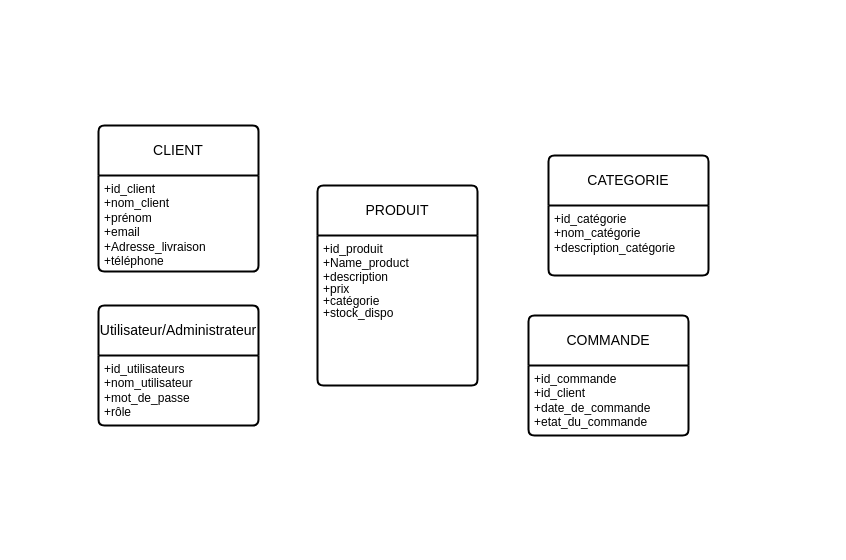
The draw.io diagram page "Page-1" (1 of 3) of MCD1 COMMANDE CLIENT.drawio in Nomena12/test-baseD, before the edit. Source tidied: cells renumbered, new cells numbered last; positions are measured from the earlier drawing's top-left corner, leaving out a move shared by most shapes. Both pictures are drawn from the tidied source at 100%, with x=0, y=0 at pixel (98, 125).
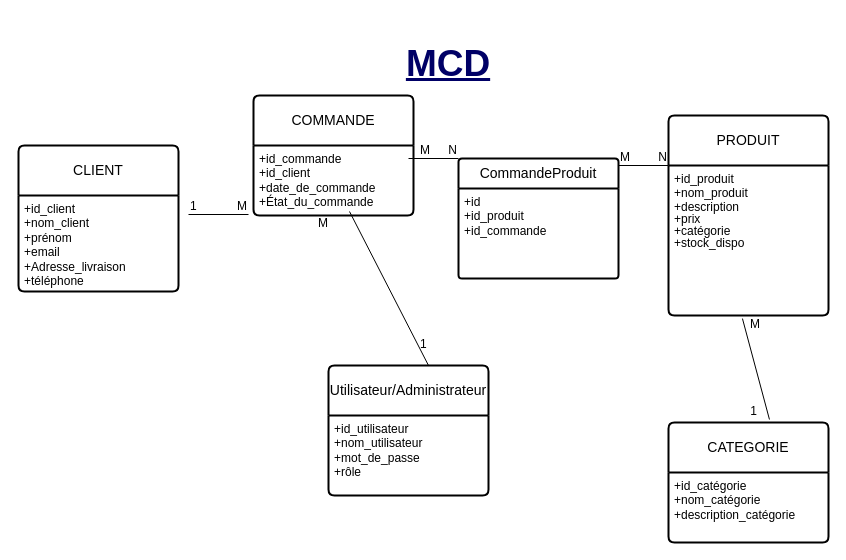
Above is the later version.

Commit message:
ajout du MLD et MPD

The edit, as a diff of the source:
```diff
@@
     <mxCell id="2" value="PRODUIT" style="swimlane;horizontal=1;startSize=50;rounded=1;fontSize=14;fontStyle=0;strokeWidth=2;shadow=0;dashed=0;align=center;arcSize=4;whiteSpace=wrap;html=1;" parent="1" vertex="1">
-      <mxGeometry x="219" y="60" width="160" height="200" as="geometry" />
+      <mxGeometry x="570" y="-10" width="160" height="200" as="geometry" />
     </mxCell>
-    <mxCell id="3" value="&lt;font&gt;+id_produit&lt;/font&gt;&lt;div&gt;&lt;span style=&quot;background-color: initial;&quot;&gt;+Name_product&lt;/span&gt;&lt;/div&gt;&lt;div style=&quot;line-height: 100%;&quot;&gt;&lt;span style=&quot;background-color: initial;&quot;&gt;+description&lt;/span&gt;&lt;/div&gt;&lt;div style=&quot;line-height: 100%;&quot;&gt;&lt;span style=&quot;background-color: initial;&quot;&gt;+prix&lt;/span&gt;&lt;/div&gt;&lt;div style=&quot;line-height: 100%;&quot;&gt;&lt;span style=&quot;background-color: initial;&quot;&gt;+catégorie&lt;/span&gt;&lt;/div&gt;&lt;div style=&quot;line-height: 100%;&quot;&gt;&lt;span style=&quot;background-color: initial;&quot;&gt;+stock_dispo&lt;/span&gt;&lt;/div&gt;" style="align=left;strokeColor=none;fillColor=none;spacingLeft=4;fontSize=12;verticalAlign=top;html=1;perimeterSpacing=4;" parent="2" vertex="1">
+    <mxCell id="3" value="&lt;font&gt;+id_produit&lt;/font&gt;&lt;div&gt;&lt;span style=&quot;background-color: initial;&quot;&gt;+nom_produit&lt;/span&gt;&lt;/div&gt;&lt;div style=&quot;line-height: 100%;&quot;&gt;&lt;span style=&quot;background-color: initial;&quot;&gt;+description&lt;/span&gt;&lt;/div&gt;&lt;div style=&quot;line-height: 100%;&quot;&gt;&lt;span style=&quot;background-color: initial;&quot;&gt;+prix&lt;/span&gt;&lt;/div&gt;&lt;div style=&quot;line-height: 100%;&quot;&gt;&lt;span style=&quot;background-color: initial;&quot;&gt;+catégorie&lt;/span&gt;&lt;/div&gt;&lt;div style=&quot;line-height: 100%;&quot;&gt;&lt;span style=&quot;background-color: initial;&quot;&gt;+stock_dispo&lt;/span&gt;&lt;/div&gt;" style="align=left;strokeColor=none;fillColor=none;spacingLeft=4;fontSize=12;verticalAlign=top;html=1;perimeterSpacing=4;" parent="2" vertex="1">
       <mxGeometry y="50" width="160" height="150" as="geometry" />
     </mxCell>
     <mxCell id="4" value="CATEGORIE" style="swimlane;horizontal=1;startSize=50;rounded=1;fontSize=14;fontStyle=0;strokeWidth=2;shadow=0;dashed=0;align=center;arcSize=4;whiteSpace=wrap;html=1;" parent="1" vertex="1">
-      <mxGeometry x="450" y="30" width="160" height="120" as="geometry" />
+      <mxGeometry x="570" y="297" width="160" height="120" as="geometry" />
     </mxCell>
@@
     <mxCell id="6" value="CLIENT" style="swimlane;horizontal=1;startSize=50;rounded=1;fontSize=14;fontStyle=0;strokeWidth=2;shadow=0;dashed=0;align=center;arcSize=4;whiteSpace=wrap;html=1;" parent="1" vertex="1">
-      <mxGeometry width="160" height="146" as="geometry" />
+      <mxGeometry x="-80" y="20" width="160" height="146" as="geometry" />
     </mxCell>
@@
     <mxCell id="8" value="COMMANDE" style="swimlane;horizontal=1;startSize=50;rounded=1;fontSize=14;fontStyle=0;strokeWidth=2;shadow=0;dashed=0;align=center;arcSize=4;whiteSpace=wrap;html=1;" parent="1" vertex="1">
-      <mxGeometry x="430" y="190" width="160" height="120" as="geometry" />
+      <mxGeometry x="155" y="-30" width="160" height="120" as="geometry" />
     </mxCell>
-    <mxCell id="9" value="+id_commande&lt;div&gt;+id_client&lt;/div&gt;&lt;div&gt;+date_de_commande&lt;/div&gt;&lt;div&gt;+etat_du_commande&lt;/div&gt;" style="align=left;strokeColor=none;fillColor=none;spacingLeft=4;fontSize=12;verticalAlign=top;html=1;" parent="8" vertex="1">
+    <mxCell id="9" value="&lt;font&gt;+id_commande&lt;/font&gt;&lt;div&gt;+id_client&lt;/div&gt;&lt;div&gt;+date_de_commande&lt;/div&gt;&lt;div&gt;+&lt;span style=&quot;text-wrap: wrap;&quot;&gt;État&lt;/span&gt;&lt;font&gt;_du_commande&lt;/font&gt;&lt;/div&gt;" style="align=left;strokeColor=none;fillColor=none;spacingLeft=4;fontSize=12;verticalAlign=top;html=1;" parent="8" vertex="1">
       <mxGeometry y="50" width="160" height="70" as="geometry" />
     </mxCell>
     <mxCell id="10" value="Utilisateur/Administrateur" style="swimlane;horizontal=1;startSize=50;rounded=1;fontSize=14;fontStyle=0;strokeWidth=2;shadow=0;dashed=0;align=center;arcSize=4;whiteSpace=wrap;html=1;" parent="1" vertex="1">
-      <mxGeometry y="180" width="160" height="120" as="geometry" />
+      <mxGeometry x="230" y="240" width="160" height="130" as="geometry" />
     </mxCell>
-    <mxCell id="11" value="&lt;font&gt;+id_utilisateurs&lt;/font&gt;&lt;div&gt;+nom_utilisateur&lt;/div&gt;&lt;div&gt;+mot_de_passe&lt;/div&gt;&lt;div&gt;+rôle&lt;/div&gt;" style="align=left;strokeColor=none;fillColor=none;spacingLeft=4;fontSize=12;verticalAlign=top;html=1;" parent="10" vertex="1">
-      <mxGeometry y="50" width="160" height="70" as="geometry" />
+    <mxCell id="11" value="&lt;font&gt;+id_utilisateur&lt;/font&gt;&lt;div&gt;+nom_utilisateur&lt;/div&gt;&lt;div&gt;+mot_de_passe&lt;/div&gt;&lt;div&gt;+rôle&lt;/div&gt;" style="align=left;strokeColor=none;fillColor=none;spacingLeft=4;fontSize=12;verticalAlign=top;html=1;" parent="10" vertex="1">
+      <mxGeometry y="50" width="160" height="80" as="geometry" />
     </mxCell>
+    <mxCell id="12" style="endArrow=none;html=1;rounded=0;entryX=0.631;entryY=-0.025;entryDx=0;entryDy=0;entryPerimeter=0;exitX=0.464;exitY=0.994;exitDx=0;exitDy=0;exitPerimeter=0;" parent="1" edge="1" source="3" target="4">
+      <mxGeometry relative="1" as="geometry" />
+    </mxCell>
+    <mxCell id="13" value="M" style="html=1;whiteSpace=wrap;align=left;verticalAlign=bottom;" parent="12" vertex="1">
+      <mxGeometry x="-1" relative="1" as="geometry">
+        <mxPoint x="6" y="14" as="offset" />
+      </mxGeometry>
+    </mxCell>
+    <mxCell id="14" value="1" style="html=1;whiteSpace=wrap;align=right;verticalAlign=bottom;" parent="12" vertex="1">
+      <mxGeometry x="1" relative="1" as="geometry">
+        <mxPoint x="-11" as="offset" />
+      </mxGeometry>
+    </mxCell>
+    <mxCell id="15" style="endArrow=none;html=1;rounded=0;entryX=0.6;entryY=0.943;entryDx=0;entryDy=0;exitX=0.5;exitY=0;exitDx=0;exitDy=0;entryPerimeter=0;" parent="1" edge="1" target="9">
+      <mxGeometry relative="1" as="geometry">
+        <mxPoint x="330" y="240" as="sourcePoint" />
+      </mxGeometry>
+    </mxCell>
+    <mxCell id="16" value="1" style="html=1;whiteSpace=wrap;align=left;verticalAlign=bottom;" parent="15" vertex="1">
+      <mxGeometry x="-1" relative="1" as="geometry">
+        <mxPoint x="-10" y="-13" as="offset" />
+      </mxGeometry>
+    </mxCell>
+    <mxCell id="17" value="M" style="html=1;whiteSpace=wrap;align=right;verticalAlign=bottom;" parent="15" vertex="1">
+      <mxGeometry x="1" relative="1" as="geometry">
+        <mxPoint x="-20" y="20" as="offset" />
+      </mxGeometry>
+    </mxCell>
+    <mxCell id="18" value="&lt;h1 style=&quot;font-size: 37px;&quot;&gt;MCD&lt;/h1&gt;" style="text;html=1;align=center;verticalAlign=middle;whiteSpace=wrap;rounded=0;fontColor=#000066;fontStyle=4;" parent="1" vertex="1">
+      <mxGeometry x="320" y="-76" width="60" height="30" as="geometry" />
+    </mxCell>
+    <mxCell id="19" value="CommandeProduit" style="swimlane;horizontal=1;startSize=30;rounded=1;fontSize=14;fontStyle=0;strokeWidth=2;shadow=0;dashed=0;align=center;arcSize=4;whiteSpace=wrap;html=1;" parent="1" vertex="1">
+      <mxGeometry x="360" y="33" width="160" height="120" as="geometry" />
+    </mxCell>
+    <mxCell id="20" value="+id&lt;div&gt;+id_produit&lt;/div&gt;&lt;div&gt;+id_commande&lt;/div&gt;" style="align=left;strokeColor=none;fillColor=none;spacingLeft=4;fontSize=12;verticalAlign=top;html=1;" parent="19" vertex="1">
+      <mxGeometry y="30" width="160" height="90" as="geometry" />
+    </mxCell>
+    <mxCell id="21" style="endArrow=none;html=1;rounded=0;" parent="1" edge="1">
+      <mxGeometry relative="1" as="geometry">
+        <mxPoint x="90" y="89" as="sourcePoint" />
+        <mxPoint x="150" y="89" as="targetPoint" />
+      </mxGeometry>
+    </mxCell>
+    <mxCell id="22" value="1" style="html=1;whiteSpace=wrap;align=left;verticalAlign=bottom;" parent="21" vertex="1">
+      <mxGeometry x="-1" relative="1" as="geometry" />
+    </mxCell>
+    <mxCell id="23" value="M" style="html=1;whiteSpace=wrap;align=right;verticalAlign=bottom;" parent="21" vertex="1">
+      <mxGeometry x="1" relative="1" as="geometry" />
+    </mxCell>
+    <mxCell id="24" style="endArrow=none;html=1;rounded=0;" parent="1" edge="1">
+      <mxGeometry relative="1" as="geometry">
+        <mxPoint x="310" y="33" as="sourcePoint" />
+        <mxPoint x="360" y="33" as="targetPoint" />
+      </mxGeometry>
+    </mxCell>
+    <mxCell id="25" value="M" style="html=1;whiteSpace=wrap;align=left;verticalAlign=bottom;" parent="24" vertex="1">
+      <mxGeometry x="-1" relative="1" as="geometry">
+        <mxPoint x="10" as="offset" />
+      </mxGeometry>
+    </mxCell>
+    <mxCell id="26" value="N" style="html=1;whiteSpace=wrap;align=right;verticalAlign=bottom;" parent="24" vertex="1">
+      <mxGeometry x="1" relative="1" as="geometry" />
+    </mxCell>
+    <mxCell id="27" style="endArrow=none;html=1;rounded=0;" parent="1" edge="1">
+      <mxGeometry relative="1" as="geometry">
+        <mxPoint x="520" y="40" as="sourcePoint" />
+        <mxPoint x="570" y="40" as="targetPoint" />
+      </mxGeometry>
+    </mxCell>
+    <mxCell id="28" value="M" style="html=1;whiteSpace=wrap;align=left;verticalAlign=bottom;" parent="27" vertex="1">
+      <mxGeometry x="-1" relative="1" as="geometry" />
+    </mxCell>
+    <mxCell id="29" value="N" style="html=1;whiteSpace=wrap;align=right;verticalAlign=bottom;" parent="27" vertex="1">
+      <mxGeometry x="1" relative="1" as="geometry" />
+    </mxCell>
```
